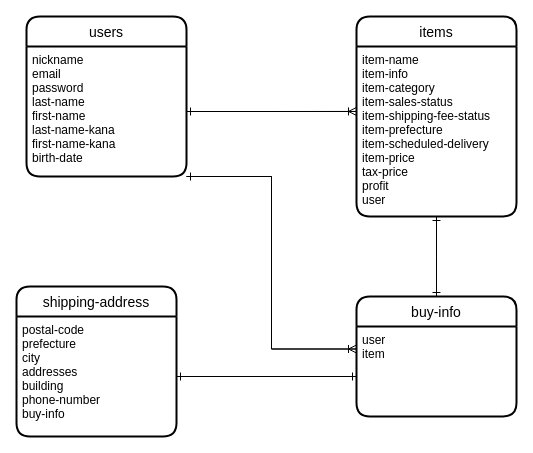
This is ER.dio from d-cho623/furima-35405, a draw.io file, before an edit. Source tidied: cells renumbered, new cells numbered last; positions are measured from the earlier drawing's top-left corner, leaving out a move shared by most shapes. Both pictures are drawn from the tidied source at 100%, with x=0, y=0 at pixel (16, 16).
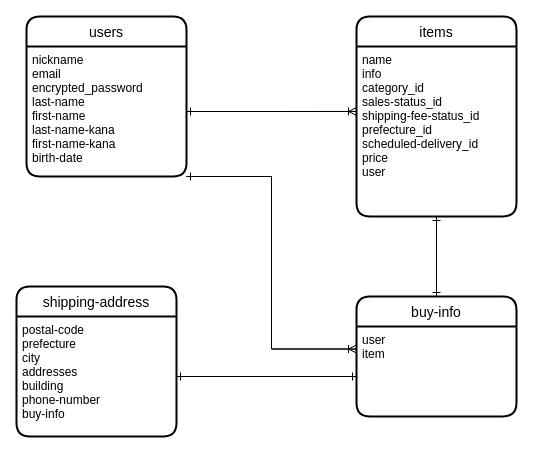
The same diagram, later.

Commit message (it also covers changes not shown here):
ER図、READMEの修正

Unchanged cells that the change refers to:
```xml
<mxCell id="2" value="users" style="swimlane;horizontal=1;startSize=30;rounded=1;fontSize=14;fontStyle=0;strokeWidth=2;shadow=0;dashed=0;align=center;" parent="1" vertex="1">
  <mxGeometry x="10" width="160" height="160" as="geometry" />
</mxCell>
<mxCell id="4" value="items" style="swimlane;horizontal=1;startSize=30;rounded=1;fontSize=14;fontStyle=0;strokeWidth=2;shadow=0;dashed=0;align=center;" parent="1" vertex="1">
  <mxGeometry x="340" width="160" height="200" as="geometry" />
</mxCell>
```

What changed in the source:
```diff
@@
-    <mxCell id="3" value="nickname&#10;email&#10;password&#10;last-name&#10;first-name&#10;last-name-kana&#10;first-name-kana&#10;birth-date" style="align=left;strokeColor=none;fillColor=none;spacingLeft=4;fontSize=12;verticalAlign=top;" parent="2" vertex="1">
+    <mxCell id="3" value="nickname&#10;email&#10;encrypted_password&#10;last-name&#10;first-name&#10;last-name-kana&#10;first-name-kana&#10;birth-date" style="align=left;strokeColor=none;fillColor=none;spacingLeft=4;fontSize=12;verticalAlign=top;" parent="2" vertex="1">
       <mxGeometry y="30" width="160" height="130" as="geometry" />
     </mxCell>
@@
-    <mxCell id="5" value="item-name&#10;item-info&#10;item-category&#10;item-sales-status&#10;item-shipping-fee-status&#10;item-prefecture&#10;item-scheduled-delivery&#10;item-price&#10;tax-price&#10;profit&#10;user" style="align=left;strokeColor=none;fillColor=none;spacingLeft=4;fontSize=12;verticalAlign=top;" parent="4" vertex="1">
+    <mxCell id="5" value="name&#10;info&#10;category_id&#10;sales-status_id&#10;shipping-fee-status_id&#10;prefecture_id&#10;scheduled-delivery_id&#10;price&#10;user" style="align=left;strokeColor=none;fillColor=none;spacingLeft=4;fontSize=12;verticalAlign=top;" parent="4" vertex="1">
       <mxGeometry y="30" width="160" height="170" as="geometry" />
     </mxCell>
```
